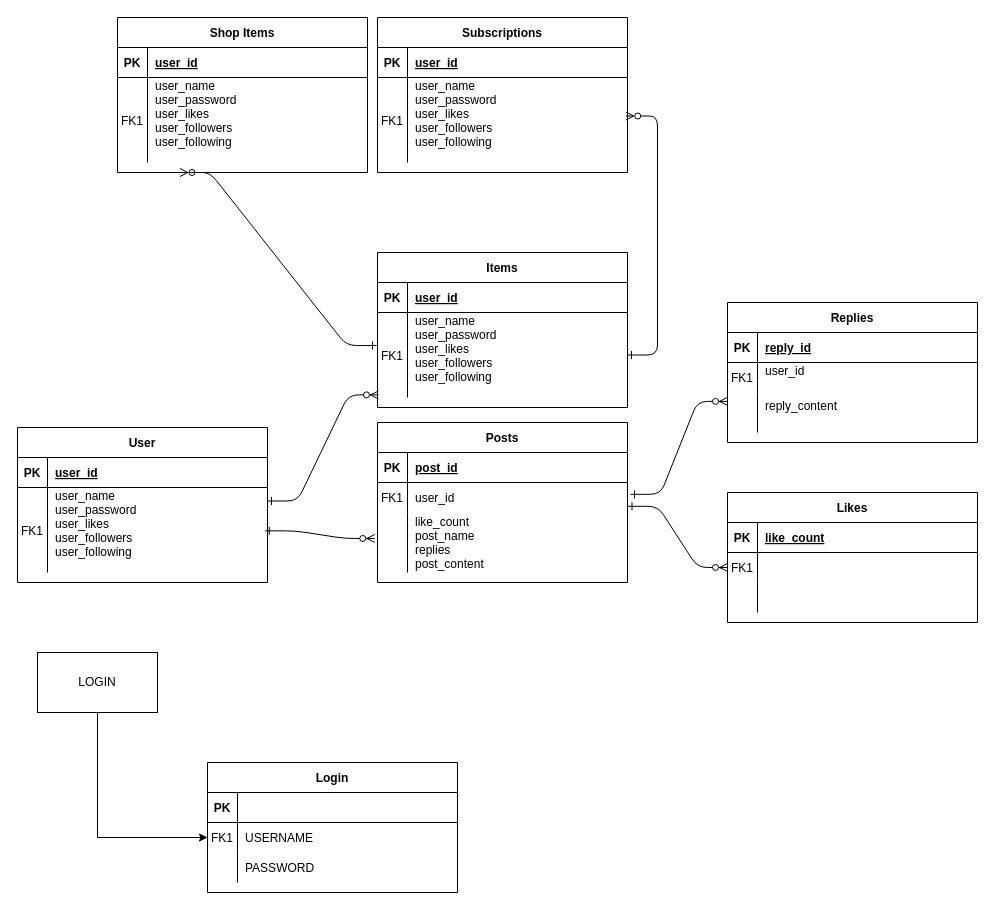
Earlier version of the draw.io diagram whalenproj.drawio (staten-island-tech/supabase-kukud-syot). Source tidied: cells renumbered, new cells numbered last; positions are measured from the earlier drawing's top-left corner, leaving out a move shared by most shapes. Both pictures are drawn from the tidied source at 100%, with x=0, y=0 at pixel (17, 17).
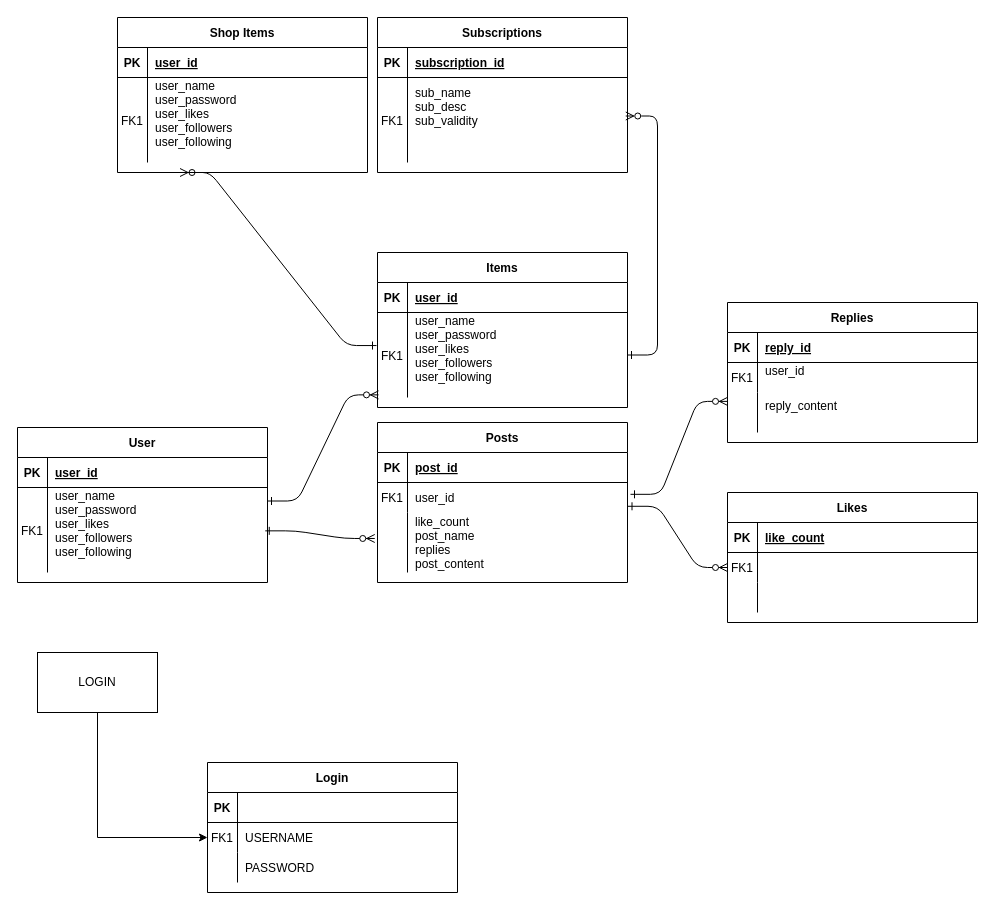
The same page after the edit.

The change refers to these unchanged cells:
```xml
<mxCell id="70" style="shape=partialRectangle;fillColor=none;top=0;left=0;right=0;bottom=1;" parent="69" vertex="1">
  <mxGeometry y="30" width="250" height="30" as="geometry" />
</mxCell>
<mxCell id="73" style="shape=partialRectangle;fillColor=none;points=[[0,0.5],[1,0.5]];portConstraint=eastwest;top=0;left=0;right=0;bottom=0;" parent="69" vertex="1">
  <mxGeometry y="60" width="250" height="85" as="geometry" />
</mxCell>
```

What changed in the source:
```diff
@@
-    <mxCell id="72" value="user_id" style="shape=partialRectangle;overflow=hidden;fillColor=none;top=0;left=0;bottom=0;right=0;align=left;spacingLeft=6;fontStyle=5;" parent="70" vertex="1">
+    <mxCell id="72" value="subscription_id" style="shape=partialRectangle;overflow=hidden;fillColor=none;top=0;left=0;bottom=0;right=0;align=left;spacingLeft=6;fontStyle=5;" parent="70" vertex="1">
       <mxGeometry x="30" width="220" height="30" as="geometry" />
     </mxCell>
@@
-    <mxCell id="75" value="user_name&#10;user_password&#10;user_likes&#10;user_followers&#10;user_following&#10;&#10;&#10;" style="shape=partialRectangle;overflow=hidden;fillColor=none;top=0;left=0;bottom=0;right=0;align=left;spacingLeft=6;" parent="73" vertex="1">
+    <mxCell id="75" value="sub_name&#10;sub_desc&#10;sub_validity&#10;&#10;" style="shape=partialRectangle;overflow=hidden;fillColor=none;top=0;left=0;bottom=0;right=0;align=left;spacingLeft=6;" parent="73" vertex="1">
       <mxGeometry x="30" width="220" height="85" as="geometry" />
     </mxCell>
```
